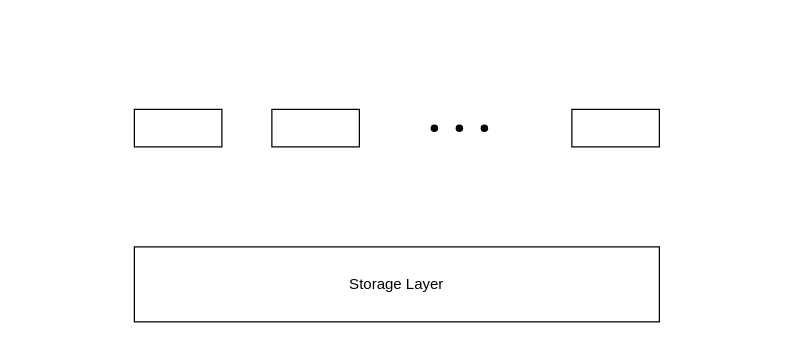
Before: page "第 3 页" (3 of 3) of draw.io/智能制造.drawio in Peiiii/notes, a draw.io diagram. Source tidied: cells renumbered, new cells numbered last; positions are measured from the earlier drawing's top-left corner, leaving out a move shared by most shapes. Both pictures are drawn from the tidied source at 125%, with x=0, y=0 at pixel (134, 102).
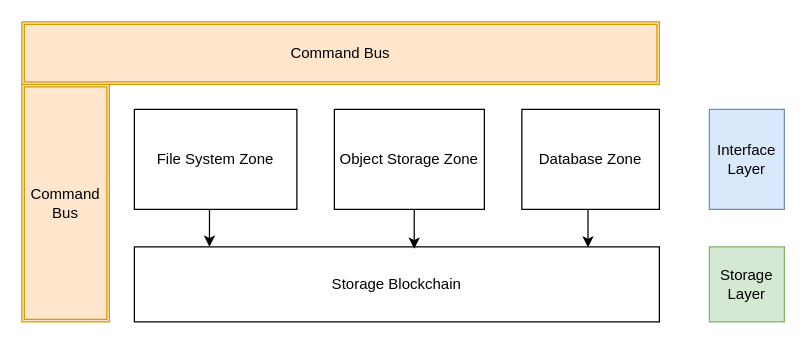
The same page after the edit.

Commit message:
更新智能制造.drawio

The edit, as a diff of the source:
```diff
@@
 <mxGraphModel>
   <root>
     <mxCell id="0" />
     <mxCell id="1" parent="0" />
-    <mxCell id="2" value="Storage Layer" style="rounded=0;whiteSpace=wrap;html=1;" parent="1" vertex="1">
+    <mxCell id="2" value="Storage Blockchain" style="rounded=0;whiteSpace=wrap;html=1;" parent="1" vertex="1">
       <mxGeometry y="115" width="420" height="60" as="geometry" />
     </mxCell>
+    <mxCell id="10" style="edgeStyle=orthogonalEdgeStyle;rounded=0;jettySize=auto;html=1;exitX=0.5;exitY=1;exitDx=0;exitDy=0;entryX=0.143;entryY=0;entryDx=0;entryDy=0;entryPerimeter=0;" parent="1" edge="1" source="3" target="2">
+      <mxGeometry relative="1" as="geometry" />
+    </mxCell>
-    <mxCell id="3" style="rounded=0;whiteSpace=wrap;html=1;" parent="1" vertex="1">
-      <mxGeometry y="5" width="70" height="30" as="geometry" />
+    <mxCell id="3" value="File System Zone" style="rounded=0;whiteSpace=wrap;html=1;" parent="1" vertex="1">
+      <mxGeometry y="5" width="130" height="80" as="geometry" />
     </mxCell>
+    <mxCell id="11" style="edgeStyle=orthogonalEdgeStyle;rounded=0;jettySize=auto;html=1;exitX=0.5;exitY=1;exitDx=0;exitDy=0;entryX=0.533;entryY=0.025;entryDx=0;entryDy=0;entryPerimeter=0;" parent="1" edge="1" source="4" target="2">
+      <mxGeometry relative="1" as="geometry" />
+    </mxCell>
-    <mxCell id="4" style="rounded=0;whiteSpace=wrap;html=1;" parent="1" vertex="1">
-      <mxGeometry x="110" y="5" width="70" height="30" as="geometry" />
+    <mxCell id="4" value="Object Storage Zone" style="rounded=0;whiteSpace=wrap;html=1;" parent="1" vertex="1">
+      <mxGeometry x="160" y="5" width="120" height="80" as="geometry" />
     </mxCell>
+    <mxCell id="12" style="edgeStyle=orthogonalEdgeStyle;rounded=0;jettySize=auto;html=1;exitX=0.5;exitY=1;exitDx=0;exitDy=0;entryX=0.864;entryY=0.008;entryDx=0;entryDy=0;entryPerimeter=0;" parent="1" edge="1" source="5" target="2">
+      <mxGeometry relative="1" as="geometry" />
+    </mxCell>
-    <mxCell id="5" style="rounded=0;whiteSpace=wrap;html=1;" parent="1" vertex="1">
-      <mxGeometry x="350" y="5" width="70" height="30" as="geometry" />
+    <mxCell id="5" value="Database Zone&lt;br&gt;" style="rounded=0;whiteSpace=wrap;html=1;" parent="1" vertex="1">
+      <mxGeometry x="310" y="5" width="110" height="80" as="geometry" />
     </mxCell>
-    <mxCell id="6" style="group;" parent="1" vertex="1">
-      <mxGeometry x="220" width="80" height="40" as="geometry" />
-    </mxCell>
-    <mxCell id="7" style="shape=waypoint;sketch=0;fillStyle=solid;size=6;fillColor=none;perimeter=centerPerimeter;" parent="6" vertex="1">
-      <mxGeometry width="40" height="40" as="geometry" />
-    </mxCell>
-    <mxCell id="8" style="shape=waypoint;sketch=0;fillStyle=solid;size=6;fillColor=none;perimeter=centerPerimeter;" parent="6" vertex="1">
-      <mxGeometry x="20" width="40" height="40" as="geometry" />
-    </mxCell>
-    <mxCell id="9" style="shape=waypoint;sketch=0;fillStyle=solid;size=6;fillColor=none;perimeter=centerPerimeter;" parent="6" vertex="1">
-      <mxGeometry x="40" width="40" height="40" as="geometry" />
-    </mxCell>
+    <mxCell id="13" value="Interface Layer" style="rounded=0;whiteSpace=wrap;html=1;fillColor=#dae8fc;strokeColor=#6c8ebf;" parent="1" vertex="1">
+      <mxGeometry x="460" y="5" width="60" height="80" as="geometry" />
+    </mxCell>
+    <mxCell id="14" value="Storage Layer" style="rounded=0;whiteSpace=wrap;html=1;fillColor=#d5e8d4;strokeColor=#82b366;" parent="1" vertex="1">
+      <mxGeometry x="460" y="115" width="60" height="60" as="geometry" />
+    </mxCell>
+    <mxCell id="15" value="Command Bus" style="shape=ext;double=1;rounded=0;whiteSpace=wrap;html=1;fillColor=#ffe6cc;strokeColor=#d79b00;" parent="1" vertex="1">
+      <mxGeometry x="-90" y="-15" width="70" height="190" as="geometry" />
+    </mxCell>
+    <mxCell id="16" value="Command Bus" style="shape=ext;double=1;rounded=0;whiteSpace=wrap;html=1;fillColor=#ffe6cc;strokeColor=#d79b00;" parent="1" vertex="1">
+      <mxGeometry x="-90" y="-65" width="510" height="50" as="geometry" />
+    </mxCell>
   </root>
 </mxGraphModel>
```
